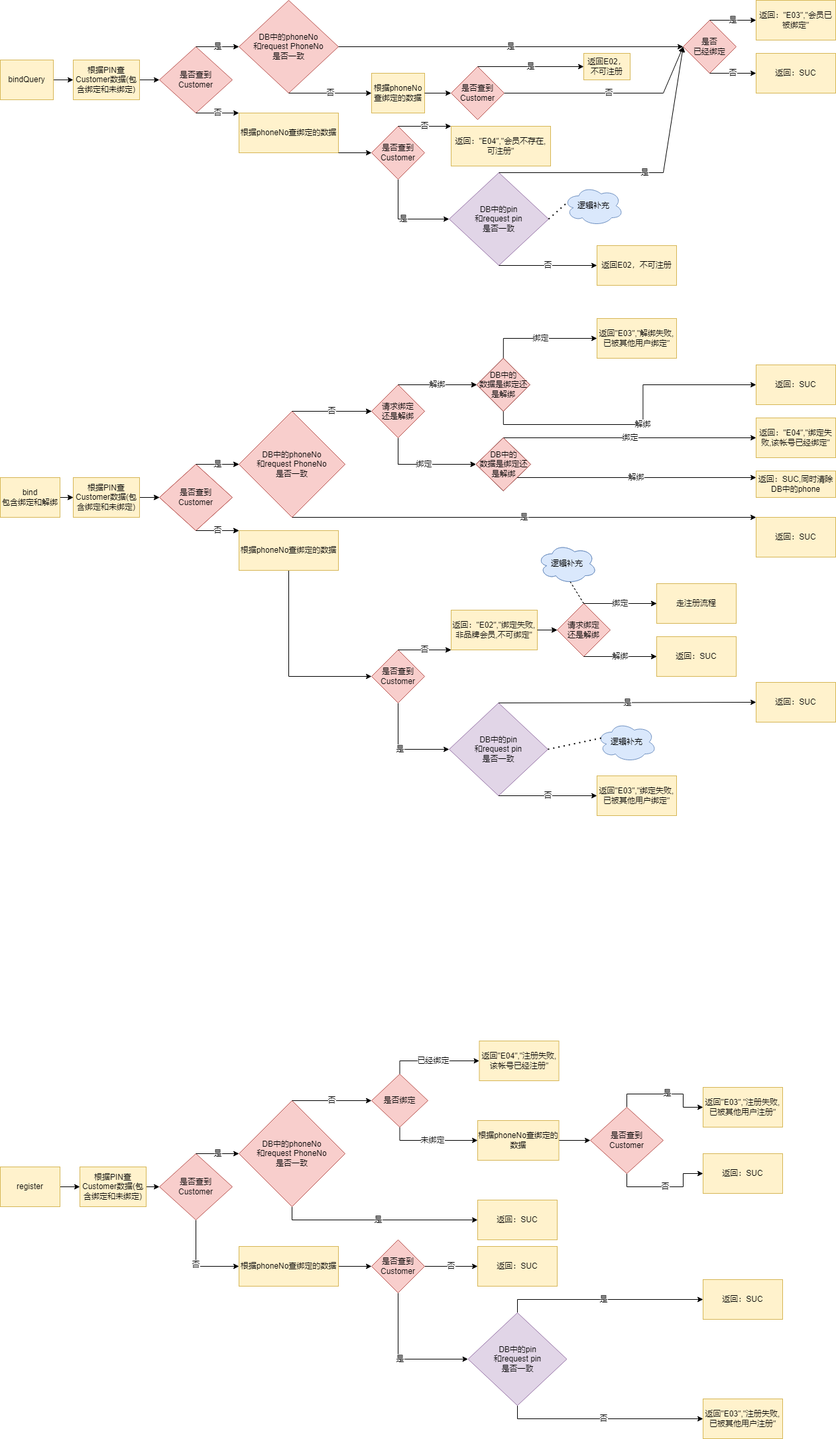
Before: diagrams2/111.png, a diagram exported from draw.io (xiaoqforever/diagrams). Source tidied: cells renumbered, new cells last; positions are measured from the earlier drawing's top-left corner, leaving out a move shared by most shapes.
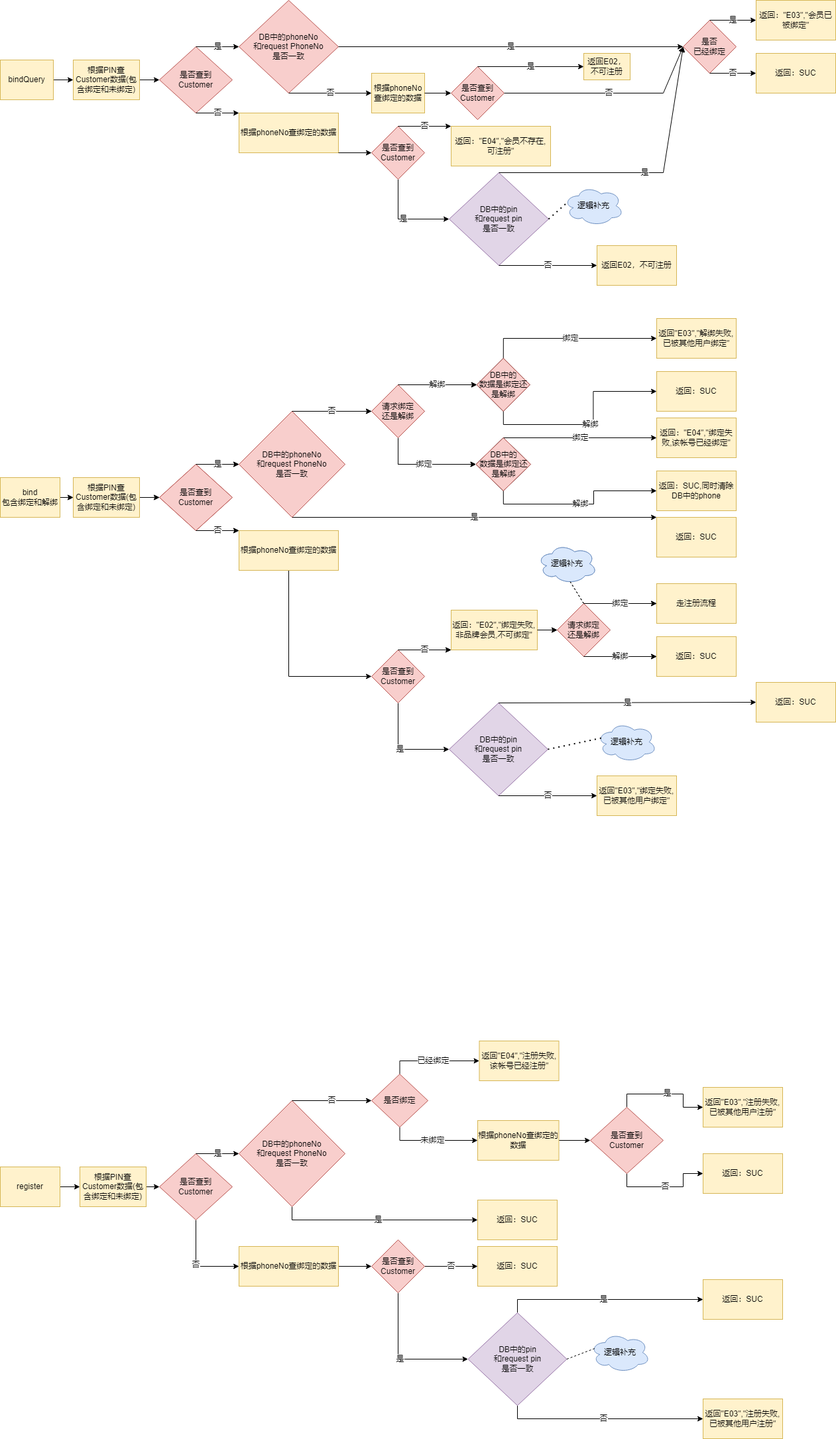
Later version of the same file.

The edit, as a diff of the source:
```diff
@@ -200,7 +200,7 @@
       <mxGeometry relative="1" as="geometry" />
     </mxCell>
     <mxCell id="64" value="返回：SUC" style="rounded=0;whiteSpace=wrap;html=1;fillColor=#fff2cc;strokeColor=#d6b656;" parent="1" vertex="1">
-      <mxGeometry x="1140" y="780" width="120" height="60" as="geometry" />
+      <mxGeometry x="990" y="780" width="120" height="60" as="geometry" />
     </mxCell>
     <mxCell id="65" value="否" style="endArrow=classic;html=1;rounded=0;exitX=0.5;exitY=0;exitDx=0;exitDy=0;entryX=0;entryY=0.5;entryDx=0;entryDy=0;" parent="1" edge="1" source="47" target="67">
       <mxGeometry relative="1" as="geometry" />
@@ -221,10 +221,10 @@
       <mxGeometry relative="1" as="geometry" />
     </mxCell>
     <mxCell id="71" value="返回：&quot;E04&quot;,&quot;绑定失败,该帐号已经绑定&quot;" style="rounded=0;whiteSpace=wrap;html=1;fillColor=#fff2cc;strokeColor=#d6b656;" parent="1" vertex="1">
-      <mxGeometry x="1140" y="630" width="120" height="60" as="geometry" />
+      <mxGeometry x="990" y="630" width="120" height="60" as="geometry" />
     </mxCell>
     <mxCell id="72" value="返回：SUC,同时清除DB中的phone" style="rounded=0;whiteSpace=wrap;html=1;fillColor=#fff2cc;strokeColor=#d6b656;" parent="1" vertex="1">
-      <mxGeometry x="1140" y="710" width="120" height="40" as="geometry" />
+      <mxGeometry x="990" y="710" width="120" height="60" as="geometry" />
     </mxCell>
     <mxCell id="73" value="绑定" style="edgeStyle=orthogonalEdgeStyle;rounded=0;jettySize=auto;html=1;exitX=0.5;exitY=0;exitDx=0;exitDy=0;entryX=0;entryY=0.5;entryDx=0;entryDy=0;" parent="1" edge="1" source="75" target="77">
       <mxGeometry relative="1" as="geometry" />
@@ -235,14 +235,11 @@
     <mxCell id="75" value="DB中的&lt;br&gt;数据是绑定还是解绑" style="rhombus;whiteSpace=wrap;html=1;" parent="1" vertex="1">
       <mxGeometry x="718.8" y="540" width="80" height="80" as="geometry" />
     </mxCell>
-    <mxCell id="76" value="解绑" style="endArrow=classic;html=1;rounded=0;exitX=1;exitY=1;exitDx=0;exitDy=0;entryX=0;entryY=0.25;entryDx=0;entryDy=0;" parent="1" edge="1" source="69" target="72">
-      <mxGeometry relative="1" as="geometry" />
-    </mxCell>
     <mxCell id="77" value="返回&quot;E03&quot;,&quot;解绑失败,已被其他用户绑定&quot;" style="rounded=0;whiteSpace=wrap;html=1;fillColor=#fff2cc;strokeColor=#d6b656;" parent="1" vertex="1">
-      <mxGeometry x="900" y="480" width="120" height="60" as="geometry" />
+      <mxGeometry x="990" y="480" width="120" height="60" as="geometry" />
     </mxCell>
     <mxCell id="78" value="返回：SUC" style="rounded=0;whiteSpace=wrap;html=1;fillColor=#fff2cc;strokeColor=#d6b656;" parent="1" vertex="1">
-      <mxGeometry x="1140" y="550" width="120" height="60" as="geometry" />
+      <mxGeometry x="990" y="560" width="120" height="60" as="geometry" />
     </mxCell>
     <mxCell id="79" value="请求绑定&lt;br&gt;还是解绑" style="rhombus;whiteSpace=wrap;html=1;" parent="1" vertex="1">
       <mxGeometry x="840" y="910" width="80" height="80" as="geometry" />
@@ -333,6 +330,9 @@
     <mxCell id="107" value="解绑" style="endArrow=classic;html=1;rounded=0;exitX=0.5;exitY=0;exitDx=0;exitDy=0;entryX=0;entryY=0.5;entryDx=0;entryDy=0;" parent="1" edge="1" source="106" target="109">
       <mxGeometry relative="1" as="geometry" />
     </mxCell>
+    <mxCell id="76" value="解绑" style="edgeStyle=orthogonalEdgeStyle;rounded=0;jettySize=auto;html=1;exitX=0.5;exitY=1;exitDx=0;exitDy=0;entryX=0;entryY=0.5;entryDx=0;entryDy=0;fontFamily=Helvetica;fontSize=12;fontColor=default;" parent="1" edge="1" source="108" target="72">
+      <mxGeometry relative="1" as="geometry" />
+    </mxCell>
     <mxCell id="108" value="DB中的&lt;br&gt;数据是绑定还是解绑" style="rhombus;whiteSpace=wrap;html=1;fillColor=#f8cecc;strokeColor=#b85450;" parent="1" vertex="1">
       <mxGeometry x="717.5" y="660" width="82.5" height="80" as="geometry" />
     </mxCell>
@@ -467,5 +467,11 @@
     <mxCell id="149" value="返回&quot;E03&quot;,&quot;注册失败,已被其他用户注册&quot;" style="rounded=0;whiteSpace=wrap;html=1;fillColor=#fff2cc;strokeColor=#d6b656;" parent="1" vertex="1">
       <mxGeometry x="1060" y="2110" width="120" height="60" as="geometry" />
     </mxCell>
+    <mxCell id="150" value="逻辑补充" style="ellipse;shape=cloud;whiteSpace=wrap;html=1;fillColor=#dae8fc;strokeColor=#6c8ebf;" parent="1" vertex="1">
+      <mxGeometry x="890" y="2010" width="90" height="60" as="geometry" />
+    </mxCell>
+    <mxCell id="151" style="endArrow=none;dashed=1;html=1;rounded=0;fontFamily=Helvetica;fontSize=12;fontColor=default;exitX=1;exitY=0.5;exitDx=0;exitDy=0;entryX=0.07;entryY=0.4;entryDx=0;entryDy=0;entryPerimeter=0;" parent="1" edge="1" source="146" target="150">
+      <mxGeometry relative="1" as="geometry" />
+    </mxCell>
   </root>
 </mxGraphModel>
```
